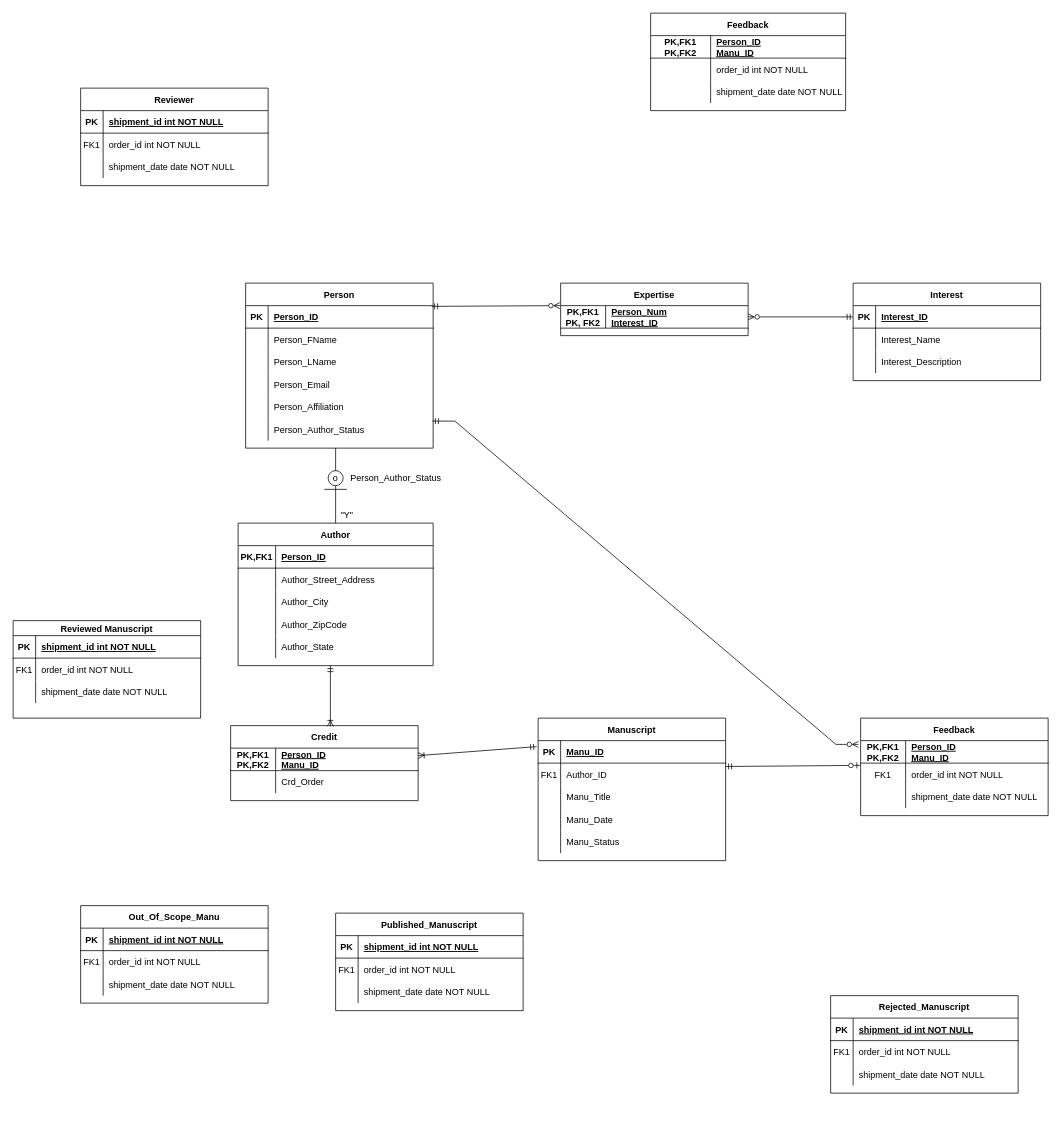
The draw.io diagram Untitled Diagram.drawio in kwoehrer/DatabaseHw, before the edit. Source tidied: cells renumbered, new cells numbered last; positions are measured from the earlier drawing's top-left corner, leaving out a move shared by most shapes. Both pictures are drawn from the tidied source at 75%, with x=0, y=0 at pixel (13, 13).
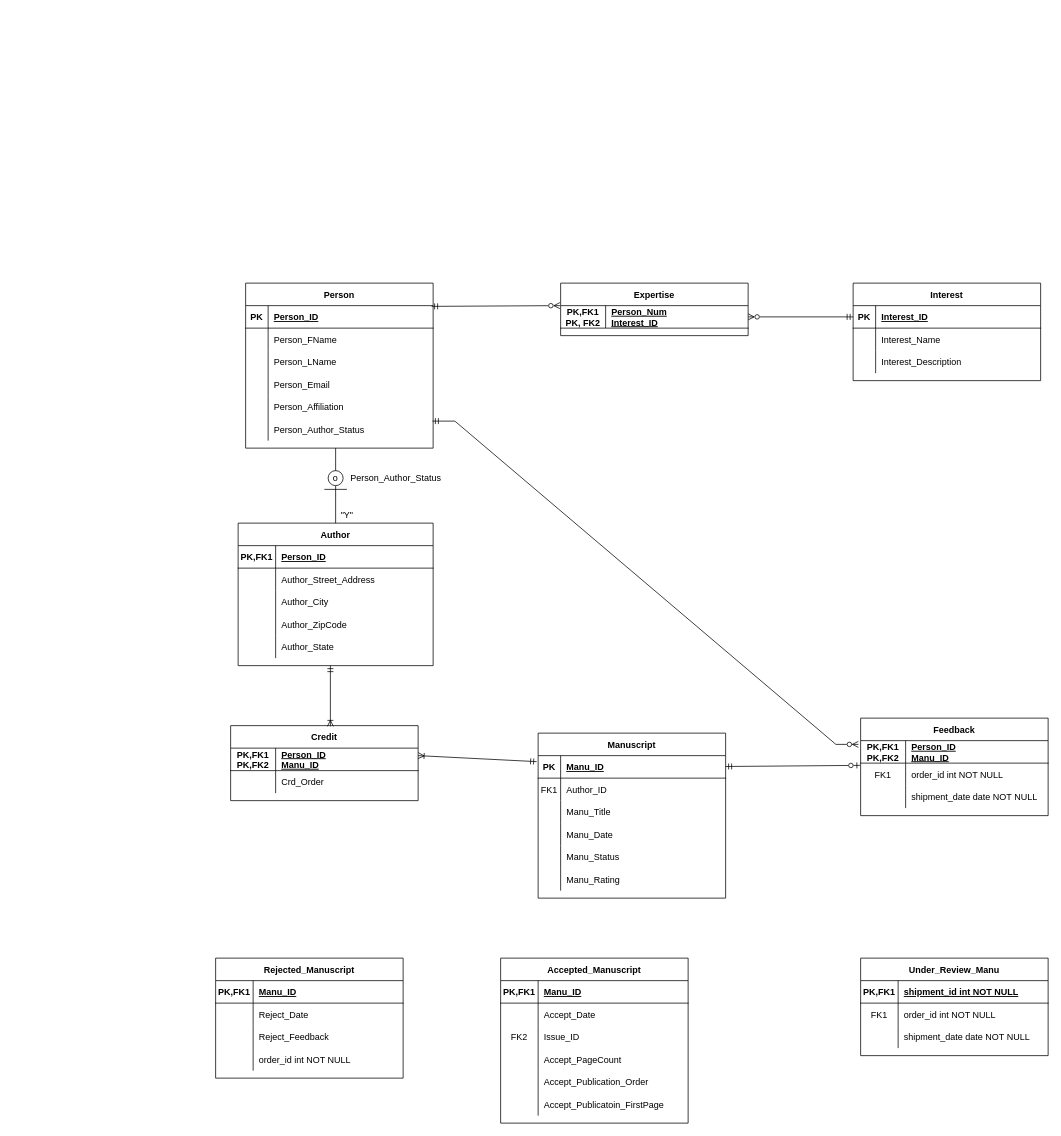
After the change.

Unchanged cells that the change refers to:
```xml
<mxCell id="74" style="shape=partialRectangle;fillColor=none;top=0;left=0;right=0;bottom=1;" parent="73" vertex="1">
  <mxGeometry y="30" width="250" height="30" as="geometry" />
</mxCell>
<mxCell id="77" style="shape=partialRectangle;fillColor=none;top=0;left=0;right=0;bottom=0;" parent="73" vertex="1">
  <mxGeometry y="60" width="250" height="30" as="geometry" />
</mxCell>
<mxCell id="80" style="shape=partialRectangle;fillColor=none;top=0;left=0;right=0;bottom=0;" parent="73" vertex="1">
  <mxGeometry y="90" width="250" height="30" as="geometry" />
</mxCell>
<mxCell id="84" style="shape=partialRectangle;fillColor=none;top=0;left=0;right=0;bottom=1;" parent="83" vertex="1">
  <mxGeometry y="30" width="250" height="30" as="geometry" />
</mxCell>
<mxCell id="87" style="shape=partialRectangle;fillColor=none;top=0;left=0;right=0;bottom=0;" parent="83" vertex="1">
  <mxGeometry y="60" width="250" height="30" as="geometry" />
</mxCell>
<mxCell id="90" style="shape=partialRectangle;fillColor=none;top=0;left=0;right=0;bottom=0;" parent="83" vertex="1">
  <mxGeometry y="90" width="250" height="30" as="geometry" />
</mxCell>
<mxCell id="94" style="shape=partialRectangle;fillColor=none;top=0;left=0;right=0;bottom=1;" parent="93" vertex="1">
  <mxGeometry y="30" width="250" height="30" as="geometry" />
</mxCell>
<mxCell id="97" style="shape=partialRectangle;fillColor=none;top=0;left=0;right=0;bottom=0;" parent="93" vertex="1">
  <mxGeometry y="60" width="250" height="30" as="geometry" />
</mxCell>
<mxCell id="100" style="shape=partialRectangle;fillColor=none;top=0;left=0;right=0;bottom=0;" parent="93" vertex="1">
  <mxGeometry y="90" width="250" height="30" as="geometry" />
</mxCell>
```

Change to the diagram source:
```diff
@@
     <mxCell id="2" value="Manuscript" style="shape=table;startSize=30;childLayout=tableLayout;rowLines=0;fontStyle=1;align=center;" parent="1" vertex="1">
-      <mxGeometry x="700" y="940" width="250" height="190" as="geometry" />
+      <mxGeometry x="700" y="960" width="250" height="220" as="geometry" />
     </mxCell>
@@
+    <mxCell id="155" style="shape=partialRectangle;fillColor=none;top=0;left=0;right=0;bottom=0;" parent="2" vertex="1">
+      <mxGeometry y="180" width="250" height="30" as="geometry" />
+    </mxCell>
+    <mxCell id="156" style="shape=partialRectangle;overflow=hidden;fillColor=none;top=0;left=0;bottom=0;right=0;" parent="155" vertex="1">
+      <mxGeometry width="30" height="30" as="geometry" />
+    </mxCell>
+    <mxCell id="157" value="Manu_Rating" style="shape=partialRectangle;overflow=hidden;fillColor=none;top=0;left=0;bottom=0;right=0;align=left;spacingLeft=6;" parent="155" vertex="1">
+      <mxGeometry x="30" width="220" height="30" as="geometry" />
+    </mxCell>
@@
-    <mxCell id="53" value="Reviewed Manuscript" style="shape=table;startSize=20;childLayout=tableLayout;rowLines=0;fontStyle=1;align=center;" parent="1" vertex="1">
-      <mxGeometry y="810" width="250" height="130" as="geometry" />
-    </mxCell>
-    <mxCell id="54" style="shape=partialRectangle;fillColor=none;top=0;left=0;right=0;bottom=1;" parent="53" vertex="1">
-      <mxGeometry y="20" width="250" height="30" as="geometry" />
-    </mxCell>
-    <mxCell id="55" value="PK" style="shape=partialRectangle;overflow=hidden;fillColor=none;top=0;left=0;bottom=0;right=0;fontStyle=1;" parent="54" vertex="1">
-      <mxGeometry width="30" height="30" as="geometry" />
-    </mxCell>
-    <mxCell id="56" value="shipment_id int NOT NULL " style="shape=partialRectangle;overflow=hidden;fillColor=none;top=0;left=0;bottom=0;right=0;align=left;spacingLeft=6;fontStyle=5;" parent="54" vertex="1">
-      <mxGeometry x="30" width="220" height="30" as="geometry" />
-    </mxCell>
-    <mxCell id="57" style="shape=partialRectangle;fillColor=none;top=0;left=0;right=0;bottom=0;" parent="53" vertex="1">
-      <mxGeometry y="50" width="250" height="30" as="geometry" />
-    </mxCell>
-    <mxCell id="58" value="FK1" style="shape=partialRectangle;overflow=hidden;fillColor=none;top=0;left=0;bottom=0;right=0;" parent="57" vertex="1">
-      <mxGeometry width="30" height="30" as="geometry" />
-    </mxCell>
-    <mxCell id="59" value="order_id int NOT NULL" style="shape=partialRectangle;overflow=hidden;fillColor=none;top=0;left=0;bottom=0;right=0;align=left;spacingLeft=6;" parent="57" vertex="1">
-      <mxGeometry x="30" width="220" height="30" as="geometry" />
-    </mxCell>
-    <mxCell id="60" style="shape=partialRectangle;fillColor=none;top=0;left=0;right=0;bottom=0;" parent="53" vertex="1">
-      <mxGeometry y="80" width="250" height="30" as="geometry" />
-    </mxCell>
-    <mxCell id="61" style="shape=partialRectangle;overflow=hidden;fillColor=none;top=0;left=0;bottom=0;right=0;" parent="60" vertex="1">
-      <mxGeometry width="30" height="30" as="geometry" />
-    </mxCell>
-    <mxCell id="62" value="shipment_date date NOT NULL" style="shape=partialRectangle;overflow=hidden;fillColor=none;top=0;left=0;bottom=0;right=0;align=left;spacingLeft=6;" parent="60" vertex="1">
-      <mxGeometry x="30" width="220" height="30" as="geometry" />
-    </mxCell>
@@
-    <mxCell id="73" value="Out_Of_Scope_Manu" style="shape=table;startSize=30;childLayout=tableLayout;rowLines=0;fontStyle=1;align=center;" parent="1" vertex="1">
-      <mxGeometry x="90" y="1190" width="250" height="130" as="geometry" />
+    <mxCell id="73" value="Under_Review_Manu" style="shape=table;startSize=30;childLayout=tableLayout;rowLines=0;fontStyle=1;align=center;" parent="1" vertex="1">
+      <mxGeometry x="1130" y="1260" width="250" height="130" as="geometry" />
     </mxCell>
@@
-    <mxCell id="75" value="PK" style="shape=partialRectangle;overflow=hidden;fillColor=none;top=0;left=0;bottom=0;right=0;fontStyle=1;" parent="74" vertex="1">
-      <mxGeometry width="30" height="30" as="geometry" />
+    <mxCell id="75" value="PK,FK1" style="shape=partialRectangle;overflow=hidden;fillColor=none;top=0;left=0;bottom=0;right=0;fontStyle=1;" parent="74" vertex="1">
+      <mxGeometry width="50" height="30" as="geometry" />
     </mxCell>
     <mxCell id="76" value="shipment_id int NOT NULL " style="shape=partialRectangle;overflow=hidden;fillColor=none;top=0;left=0;bottom=0;right=0;align=left;spacingLeft=6;fontStyle=5;" parent="74" vertex="1">
-      <mxGeometry x="30" width="220" height="30" as="geometry" />
+      <mxGeometry x="50" width="200" height="30" as="geometry" />
     </mxCell>
@@
     <mxCell id="78" value="FK1" style="shape=partialRectangle;overflow=hidden;fillColor=none;top=0;left=0;bottom=0;right=0;" parent="77" vertex="1">
-      <mxGeometry width="30" height="30" as="geometry" />
+      <mxGeometry width="50" height="30" as="geometry" />
     </mxCell>
     <mxCell id="79" value="order_id int NOT NULL" style="shape=partialRectangle;overflow=hidden;fillColor=none;top=0;left=0;bottom=0;right=0;align=left;spacingLeft=6;" parent="77" vertex="1">
-      <mxGeometry x="30" width="220" height="30" as="geometry" />
+      <mxGeometry x="50" width="200" height="30" as="geometry" />
     </mxCell>
@@
     <mxCell id="81" style="shape=partialRectangle;overflow=hidden;fillColor=none;top=0;left=0;bottom=0;right=0;" parent="80" vertex="1">
-      <mxGeometry width="30" height="30" as="geometry" />
+      <mxGeometry width="50" height="30" as="geometry" />
     </mxCell>
     <mxCell id="82" value="shipment_date date NOT NULL" style="shape=partialRectangle;overflow=hidden;fillColor=none;top=0;left=0;bottom=0;right=0;align=left;spacingLeft=6;" parent="80" vertex="1">
-      <mxGeometry x="30" width="220" height="30" as="geometry" />
+      <mxGeometry x="50" width="200" height="30" as="geometry" />
     </mxCell>
-    <mxCell id="83" value="Published_Manuscript" style="shape=table;startSize=30;childLayout=tableLayout;rowLines=0;fontStyle=1;align=center;" parent="1" vertex="1">
-      <mxGeometry x="430" y="1200" width="250" height="130" as="geometry" />
+    <mxCell id="83" value="Accepted_Manuscript" style="shape=table;startSize=30;childLayout=tableLayout;rowLines=0;fontStyle=1;align=center;" parent="1" vertex="1">
+      <mxGeometry x="650" y="1260" width="250" height="220" as="geometry" />
     </mxCell>
@@
-    <mxCell id="85" value="PK" style="shape=partialRectangle;overflow=hidden;fillColor=none;top=0;left=0;bottom=0;right=0;fontStyle=1;" parent="84" vertex="1">
-      <mxGeometry width="30" height="30" as="geometry" />
+    <mxCell id="85" value="PK,FK1" style="shape=partialRectangle;overflow=hidden;fillColor=none;top=0;left=0;bottom=0;right=0;fontStyle=1;" parent="84" vertex="1">
+      <mxGeometry width="50" height="30" as="geometry" />
     </mxCell>
-    <mxCell id="86" value="shipment_id int NOT NULL " style="shape=partialRectangle;overflow=hidden;fillColor=none;top=0;left=0;bottom=0;right=0;align=left;spacingLeft=6;fontStyle=5;" parent="84" vertex="1">
-      <mxGeometry x="30" width="220" height="30" as="geometry" />
+    <mxCell id="86" value="Manu_ID" style="shape=partialRectangle;overflow=hidden;fillColor=none;top=0;left=0;bottom=0;right=0;align=left;spacingLeft=6;fontStyle=5;" parent="84" vertex="1">
+      <mxGeometry x="50" width="200" height="30" as="geometry" />
     </mxCell>
@@
-    <mxCell id="88" value="FK1" style="shape=partialRectangle;overflow=hidden;fillColor=none;top=0;left=0;bottom=0;right=0;" parent="87" vertex="1">
-      <mxGeometry width="30" height="30" as="geometry" />
+    <mxCell id="88" style="shape=partialRectangle;overflow=hidden;fillColor=none;top=0;left=0;bottom=0;right=0;" parent="87" vertex="1">
+      <mxGeometry width="50" height="30" as="geometry" />
     </mxCell>
-    <mxCell id="89" value="order_id int NOT NULL" style="shape=partialRectangle;overflow=hidden;fillColor=none;top=0;left=0;bottom=0;right=0;align=left;spacingLeft=6;" parent="87" vertex="1">
-      <mxGeometry x="30" width="220" height="30" as="geometry" />
+    <mxCell id="89" value="Accept_Date" style="shape=partialRectangle;overflow=hidden;fillColor=none;top=0;left=0;bottom=0;right=0;align=left;spacingLeft=6;" parent="87" vertex="1">
+      <mxGeometry x="50" width="200" height="30" as="geometry" />
     </mxCell>
@@
-    <mxCell id="91" style="shape=partialRectangle;overflow=hidden;fillColor=none;top=0;left=0;bottom=0;right=0;" parent="90" vertex="1">
-      <mxGeometry width="30" height="30" as="geometry" />
+    <mxCell id="91" value="FK2" style="shape=partialRectangle;overflow=hidden;fillColor=none;top=0;left=0;bottom=0;right=0;" parent="90" vertex="1">
+      <mxGeometry width="50" height="30" as="geometry" />
     </mxCell>
-    <mxCell id="92" value="shipment_date date NOT NULL" style="shape=partialRectangle;overflow=hidden;fillColor=none;top=0;left=0;bottom=0;right=0;align=left;spacingLeft=6;" parent="90" vertex="1">
-      <mxGeometry x="30" width="220" height="30" as="geometry" />
+    <mxCell id="92" value="Issue_ID" style="shape=partialRectangle;overflow=hidden;fillColor=none;top=0;left=0;bottom=0;right=0;align=left;spacingLeft=6;" parent="90" vertex="1">
+      <mxGeometry x="50" width="200" height="30" as="geometry" />
     </mxCell>
+    <mxCell id="158" style="shape=partialRectangle;fillColor=none;top=0;left=0;right=0;bottom=0;" parent="83" vertex="1">
+      <mxGeometry y="120" width="250" height="30" as="geometry" />
+    </mxCell>
+    <mxCell id="159" style="shape=partialRectangle;overflow=hidden;fillColor=none;top=0;left=0;bottom=0;right=0;" parent="158" vertex="1">
+      <mxGeometry width="50" height="30" as="geometry" />
+    </mxCell>
+    <mxCell id="160" value="Accept_PageCount" style="shape=partialRectangle;overflow=hidden;fillColor=none;top=0;left=0;bottom=0;right=0;align=left;spacingLeft=6;" parent="158" vertex="1">
+      <mxGeometry x="50" width="200" height="30" as="geometry" />
+    </mxCell>
+    <mxCell id="161" style="shape=partialRectangle;fillColor=none;top=0;left=0;right=0;bottom=0;" parent="83" vertex="1">
+      <mxGeometry y="150" width="250" height="30" as="geometry" />
+    </mxCell>
+    <mxCell id="162" style="shape=partialRectangle;overflow=hidden;fillColor=none;top=0;left=0;bottom=0;right=0;" parent="161" vertex="1">
+      <mxGeometry width="50" height="30" as="geometry" />
+    </mxCell>
+    <mxCell id="163" value="Accept_Publication_Order" style="shape=partialRectangle;overflow=hidden;fillColor=none;top=0;left=0;bottom=0;right=0;align=left;spacingLeft=6;" parent="161" vertex="1">
+      <mxGeometry x="50" width="200" height="30" as="geometry" />
+    </mxCell>
+    <mxCell id="164" style="shape=partialRectangle;fillColor=none;top=0;left=0;right=0;bottom=0;" parent="83" vertex="1">
+      <mxGeometry y="180" width="250" height="30" as="geometry" />
+    </mxCell>
+    <mxCell id="165" style="shape=partialRectangle;overflow=hidden;fillColor=none;top=0;left=0;bottom=0;right=0;" parent="164" vertex="1">
+      <mxGeometry width="50" height="30" as="geometry" />
+    </mxCell>
+    <mxCell id="166" value="Accept_Publicatoin_FirstPage" style="shape=partialRectangle;overflow=hidden;fillColor=none;top=0;left=0;bottom=0;right=0;align=left;spacingLeft=6;" parent="164" vertex="1">
+      <mxGeometry x="50" width="200" height="30" as="geometry" />
+    </mxCell>
     <mxCell id="93" value="Rejected_Manuscript" style="shape=table;startSize=30;childLayout=tableLayout;rowLines=0;fontStyle=1;align=center;" parent="1" vertex="1">
-      <mxGeometry x="1090" y="1310" width="250" height="130" as="geometry" />
+      <mxGeometry x="270" y="1260" width="250" height="160" as="geometry" />
     </mxCell>
@@
-    <mxCell id="95" value="PK" style="shape=partialRectangle;overflow=hidden;fillColor=none;top=0;left=0;bottom=0;right=0;fontStyle=1;" parent="94" vertex="1">
-      <mxGeometry width="30" height="30" as="geometry" />
+    <mxCell id="95" value="PK,FK1" style="shape=partialRectangle;overflow=hidden;fillColor=none;top=0;left=0;bottom=0;right=0;fontStyle=1;" parent="94" vertex="1">
+      <mxGeometry width="50" height="30" as="geometry" />
     </mxCell>
-    <mxCell id="96" value="shipment_id int NOT NULL " style="shape=partialRectangle;overflow=hidden;fillColor=none;top=0;left=0;bottom=0;right=0;align=left;spacingLeft=6;fontStyle=5;" parent="94" vertex="1">
-      <mxGeometry x="30" width="220" height="30" as="geometry" />
+    <mxCell id="96" value="Manu_ID" style="shape=partialRectangle;overflow=hidden;fillColor=none;top=0;left=0;bottom=0;right=0;align=left;spacingLeft=6;fontStyle=5;" parent="94" vertex="1">
+      <mxGeometry x="50" width="200" height="30" as="geometry" />
     </mxCell>
@@
-    <mxCell id="98" value="FK1" style="shape=partialRectangle;overflow=hidden;fillColor=none;top=0;left=0;bottom=0;right=0;" parent="97" vertex="1">
-      <mxGeometry width="30" height="30" as="geometry" />
+    <mxCell id="98" style="shape=partialRectangle;overflow=hidden;fillColor=none;top=0;left=0;bottom=0;right=0;" parent="97" vertex="1">
+      <mxGeometry width="50" height="30" as="geometry" />
     </mxCell>
-    <mxCell id="99" value="order_id int NOT NULL" style="shape=partialRectangle;overflow=hidden;fillColor=none;top=0;left=0;bottom=0;right=0;align=left;spacingLeft=6;" parent="97" vertex="1">
-      <mxGeometry x="30" width="220" height="30" as="geometry" />
+    <mxCell id="99" value="Reject_Date" style="shape=partialRectangle;overflow=hidden;fillColor=none;top=0;left=0;bottom=0;right=0;align=left;spacingLeft=6;" parent="97" vertex="1">
+      <mxGeometry x="50" width="200" height="30" as="geometry" />
     </mxCell>
@@
     <mxCell id="101" style="shape=partialRectangle;overflow=hidden;fillColor=none;top=0;left=0;bottom=0;right=0;" parent="100" vertex="1">
-      <mxGeometry width="30" height="30" as="geometry" />
+      <mxGeometry width="50" height="30" as="geometry" />
     </mxCell>
-    <mxCell id="102" value="shipment_date date NOT NULL" style="shape=partialRectangle;overflow=hidden;fillColor=none;top=0;left=0;bottom=0;right=0;align=left;spacingLeft=6;" parent="100" vertex="1">
-      <mxGeometry x="30" width="220" height="30" as="geometry" />
+    <mxCell id="102" value="Reject_Feedback" style="shape=partialRectangle;overflow=hidden;fillColor=none;top=0;left=0;bottom=0;right=0;align=left;spacingLeft=6;" parent="100" vertex="1">
+      <mxGeometry x="50" width="200" height="30" as="geometry" />
     </mxCell>
+    <mxCell id="167" style="shape=partialRectangle;fillColor=none;top=0;left=0;right=0;bottom=0;" parent="93" vertex="1">
+      <mxGeometry y="120" width="250" height="30" as="geometry" />
+    </mxCell>
+    <mxCell id="168" style="shape=partialRectangle;overflow=hidden;fillColor=none;top=0;left=0;bottom=0;right=0;" parent="167" vertex="1">
+      <mxGeometry width="50" height="30" as="geometry" />
+    </mxCell>
+    <mxCell id="169" value="order_id int NOT NULL" style="shape=partialRectangle;overflow=hidden;fillColor=none;top=0;left=0;bottom=0;right=0;align=left;spacingLeft=6;" parent="167" vertex="1">
+      <mxGeometry x="50" width="200" height="30" as="geometry" />
+    </mxCell>
@@
-    <mxCell id="120" value="Feedback" style="shape=table;startSize=30;childLayout=tableLayout;rowLines=0;fontStyle=1;align=center;" parent="1" vertex="1">
-      <mxGeometry x="850" width="260" height="130" as="geometry" />
-    </mxCell>
-    <mxCell id="121" style="shape=partialRectangle;fillColor=none;top=0;left=0;right=0;bottom=1;" parent="120" vertex="1">
-      <mxGeometry y="30" width="260" height="30" as="geometry" />
-    </mxCell>
-    <mxCell id="122" value="PK,FK1&#10;PK,FK2" style="shape=partialRectangle;overflow=hidden;fillColor=none;top=0;left=0;bottom=0;right=0;fontStyle=1;" parent="121" vertex="1">
-      <mxGeometry width="80" height="30" as="geometry" />
-    </mxCell>
-    <mxCell id="123" value="Person_ID&#10;Manu_ID" style="shape=partialRectangle;overflow=hidden;fillColor=none;top=0;left=0;bottom=0;right=0;align=left;spacingLeft=6;fontStyle=5;" parent="121" vertex="1">
-      <mxGeometry x="80" width="180" height="30" as="geometry" />
-    </mxCell>
-    <mxCell id="124" style="shape=partialRectangle;fillColor=none;top=0;left=0;right=0;bottom=0;" parent="120" vertex="1">
-      <mxGeometry y="60" width="260" height="30" as="geometry" />
-    </mxCell>
-    <mxCell id="125" style="shape=partialRectangle;overflow=hidden;fillColor=none;top=0;left=0;bottom=0;right=0;" parent="124" vertex="1">
-      <mxGeometry width="80" height="30" as="geometry" />
-    </mxCell>
-    <mxCell id="126" value="order_id int NOT NULL" style="shape=partialRectangle;overflow=hidden;fillColor=none;top=0;left=0;bottom=0;right=0;align=left;spacingLeft=6;" parent="124" vertex="1">
-      <mxGeometry x="80" width="180" height="30" as="geometry" />
-    </mxCell>
-    <mxCell id="127" style="shape=partialRectangle;fillColor=none;top=0;left=0;right=0;bottom=0;" parent="120" vertex="1">
-      <mxGeometry y="90" width="260" height="30" as="geometry" />
-    </mxCell>
-    <mxCell id="128" style="shape=partialRectangle;overflow=hidden;fillColor=none;top=0;left=0;bottom=0;right=0;" parent="127" vertex="1">
-      <mxGeometry width="80" height="30" as="geometry" />
-    </mxCell>
-    <mxCell id="129" value="shipment_date date NOT NULL" style="shape=partialRectangle;overflow=hidden;fillColor=none;top=0;left=0;bottom=0;right=0;align=left;spacingLeft=6;" parent="127" vertex="1">
-      <mxGeometry x="80" width="180" height="30" as="geometry" />
-    </mxCell>
@@
-    <mxCell id="140" value="Reviewer" style="shape=table;startSize=30;childLayout=tableLayout;rowLines=0;fontStyle=1;align=center;" parent="1" vertex="1">
-      <mxGeometry x="90" y="100" width="250" height="130" as="geometry" />
-    </mxCell>
-    <mxCell id="141" style="shape=partialRectangle;fillColor=none;top=0;left=0;right=0;bottom=1;" parent="140" vertex="1">
-      <mxGeometry y="30" width="250" height="30" as="geometry" />
-    </mxCell>
-    <mxCell id="142" value="PK" style="shape=partialRectangle;overflow=hidden;fillColor=none;top=0;left=0;bottom=0;right=0;fontStyle=1;" parent="141" vertex="1">
-      <mxGeometry width="30" height="30" as="geometry" />
-    </mxCell>
-    <mxCell id="143" value="shipment_id int NOT NULL " style="shape=partialRectangle;overflow=hidden;fillColor=none;top=0;left=0;bottom=0;right=0;align=left;spacingLeft=6;fontStyle=5;" parent="141" vertex="1">
-      <mxGeometry x="30" width="220" height="30" as="geometry" />
-    </mxCell>
-    <mxCell id="144" style="shape=partialRectangle;fillColor=none;top=0;left=0;right=0;bottom=0;" parent="140" vertex="1">
-      <mxGeometry y="60" width="250" height="30" as="geometry" />
-    </mxCell>
-    <mxCell id="145" value="FK1" style="shape=partialRectangle;overflow=hidden;fillColor=none;top=0;left=0;bottom=0;right=0;" parent="144" vertex="1">
-      <mxGeometry width="30" height="30" as="geometry" />
-    </mxCell>
-    <mxCell id="146" value="order_id int NOT NULL" style="shape=partialRectangle;overflow=hidden;fillColor=none;top=0;left=0;bottom=0;right=0;align=left;spacingLeft=6;" parent="144" vertex="1">
-      <mxGeometry x="30" width="220" height="30" as="geometry" />
-    </mxCell>
-    <mxCell id="147" style="shape=partialRectangle;fillColor=none;top=0;left=0;right=0;bottom=0;" parent="140" vertex="1">
-      <mxGeometry y="90" width="250" height="30" as="geometry" />
-    </mxCell>
-    <mxCell id="148" style="shape=partialRectangle;overflow=hidden;fillColor=none;top=0;left=0;bottom=0;right=0;" parent="147" vertex="1">
-      <mxGeometry width="30" height="30" as="geometry" />
-    </mxCell>
-    <mxCell id="149" value="shipment_date date NOT NULL" style="shape=partialRectangle;overflow=hidden;fillColor=none;top=0;left=0;bottom=0;right=0;align=left;spacingLeft=6;" parent="147" vertex="1">
-      <mxGeometry x="30" width="220" height="30" as="geometry" />
-    </mxCell>
```
